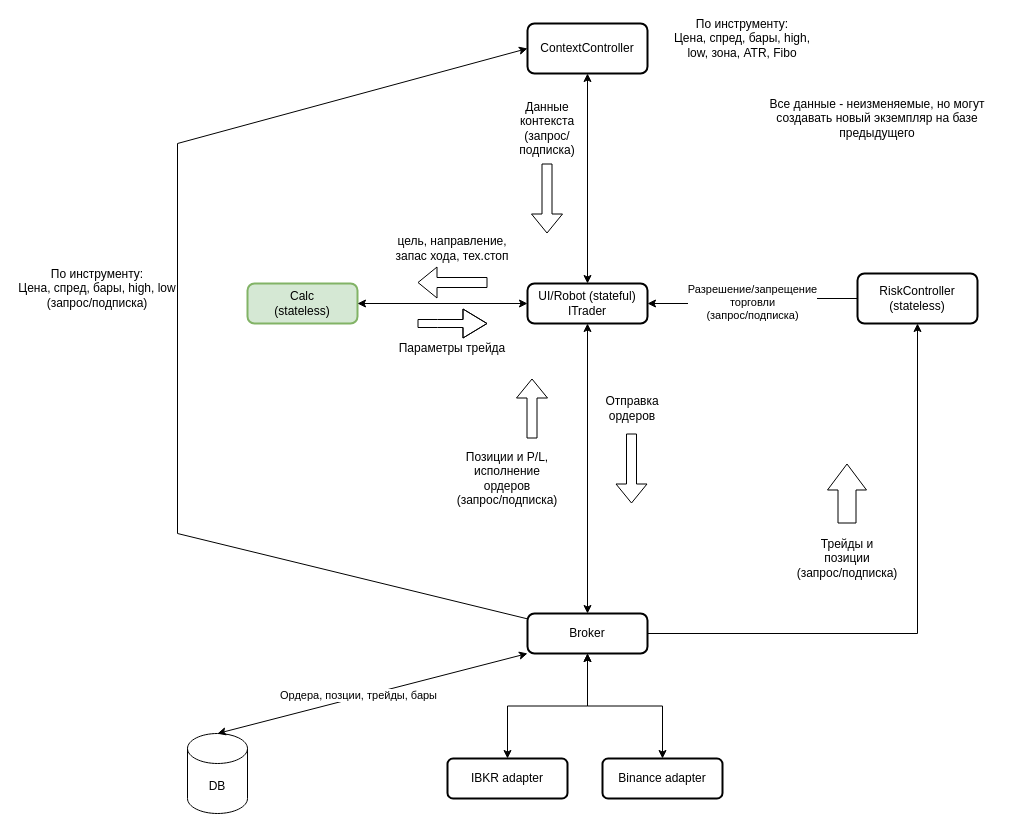
The draw.io diagram architechture.drawio in utamons/trade, before the edit. Source tidied: cells renumbered, new cells numbered last; positions are measured from the earlier drawing's top-left corner, leaving out a move shared by most shapes. Both pictures are drawn from the tidied source at 100%, with x=0, y=0 at pixel (17, 23).
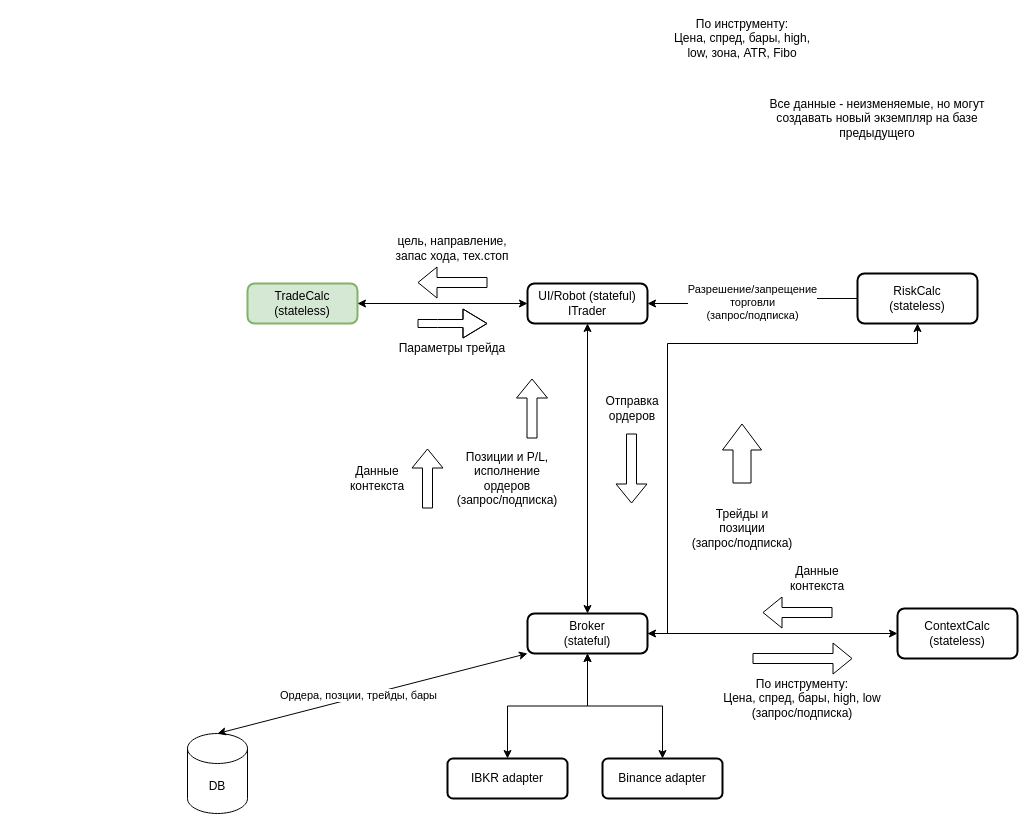
The same page after the edit.

Unchanged cells that the change refers to:
```xml
<mxCell id="5" value="UI/Robot (stateful)&lt;div&gt;ITrader&lt;/div&gt;" style="rounded=1;whiteSpace=wrap;html=1;absoluteArcSize=1;arcSize=14;strokeWidth=2;" parent="1" vertex="1">
  <mxGeometry x="510" y="260" width="120" height="40" as="geometry" />
</mxCell>
```

Diff of the diagram source:
```diff
@@
-    <mxCell id="2" value="ContextController" style="rounded=1;whiteSpace=wrap;html=1;absoluteArcSize=1;arcSize=14;strokeWidth=2;" parent="1" vertex="1">
-      <mxGeometry x="510" width="120" height="50" as="geometry" />
+    <mxCell id="2" value="ContextCalc&lt;div&gt;(stateless)&lt;/div&gt;" style="rounded=1;whiteSpace=wrap;html=1;absoluteArcSize=1;arcSize=14;strokeWidth=2;" parent="1" vertex="1">
+      <mxGeometry x="880" y="585" width="120" height="50" as="geometry" />
     </mxCell>
-    <mxCell id="3" value="&lt;div&gt;&lt;span style=&quot;background-color: initial;&quot;&gt;Calc&lt;/span&gt;&lt;br&gt;&lt;/div&gt;&lt;div&gt;(stateless)&lt;/div&gt;" style="rounded=1;whiteSpace=wrap;html=1;absoluteArcSize=1;arcSize=14;strokeWidth=2;fillColor=#d5e8d4;strokeColor=#82b366;" parent="1" vertex="1">
+    <mxCell id="3" value="&lt;div&gt;&lt;span style=&quot;background-color: initial;&quot;&gt;Trade&lt;/span&gt;&lt;span style=&quot;background-color: initial;&quot;&gt;Calc&lt;/span&gt;&lt;/div&gt;&lt;div&gt;(stateless)&lt;/div&gt;" style="rounded=1;whiteSpace=wrap;html=1;absoluteArcSize=1;arcSize=14;strokeWidth=2;fillColor=#d5e8d4;strokeColor=#82b366;" parent="1" vertex="1">
       <mxGeometry x="230" y="260" width="110" height="40" as="geometry" />
     </mxCell>
-    <mxCell id="4" style="edgeStyle=orthogonalEdgeStyle;rounded=0;jettySize=auto;html=1;startArrow=classic;startFill=1;" parent="1" edge="1" source="5" target="2">
-      <mxGeometry relative="1" as="geometry" />
-    </mxCell>
@@
     <mxCell id="8" style="edgeStyle=orthogonalEdgeStyle;rounded=0;jettySize=auto;html=1;entryX=1;entryY=0.5;entryDx=0;entryDy=0;exitX=0.5;exitY=1;exitDx=0;exitDy=0;startArrow=classic;startFill=1;endArrow=none;endFill=0;" parent="1" edge="1" source="9" target="13">
       <mxGeometry relative="1" as="geometry">
         <Array as="points">
-          <mxPoint x="900" y="610" />
+          <mxPoint x="900" y="320" />
+          <mxPoint x="650" y="320" />
+          <mxPoint x="650" y="610" />
         </Array>
       </mxGeometry>
     </mxCell>
-    <mxCell id="9" value="RiskController&lt;div&gt;(stateless)&lt;/div&gt;" style="rounded=1;whiteSpace=wrap;html=1;absoluteArcSize=1;arcSize=14;strokeWidth=2;" parent="1" vertex="1">
+    <mxCell id="9" value="RiskCalc&lt;div&gt;&lt;div&gt;(stateless)&lt;/div&gt;&lt;/div&gt;" style="rounded=1;whiteSpace=wrap;html=1;absoluteArcSize=1;arcSize=14;strokeWidth=2;" parent="1" vertex="1">
       <mxGeometry x="840" y="250" width="120" height="50" as="geometry" />
     </mxCell>
@@
-    <mxCell id="13" value="Broker" style="rounded=1;whiteSpace=wrap;html=1;absoluteArcSize=1;arcSize=14;strokeWidth=2;" parent="1" vertex="1">
+    <mxCell id="13" value="Broker&lt;div&gt;(stateful)&lt;/div&gt;" style="rounded=1;whiteSpace=wrap;html=1;absoluteArcSize=1;arcSize=14;strokeWidth=2;" parent="1" vertex="1">
       <mxGeometry x="510" y="590" width="120" height="40" as="geometry" />
     </mxCell>
@@
     <mxCell id="22" value="Трейды и&lt;div&gt;позиции&lt;/div&gt;&lt;div&gt;(запрос/подписка)&lt;/div&gt;" style="text;html=1;align=center;verticalAlign=middle;whiteSpace=wrap;rounded=0;" parent="1" vertex="1">
-      <mxGeometry x="770" y="520" width="120" height="30" as="geometry" />
+      <mxGeometry x="665" y="490" width="120" height="30" as="geometry" />
     </mxCell>
     <mxCell id="23" style="shape=flexArrow;endArrow=classic;html=1;rounded=0;width=18;endSize=8.33;" parent="1" edge="1">
       <mxGeometry relative="1" as="geometry">
-        <mxPoint x="829.5" y="500" as="sourcePoint" />
-        <mxPoint x="829.5" y="440" as="targetPoint" />
+        <mxPoint x="724.5" y="460" as="sourcePoint" />
+        <mxPoint x="724.5" y="400" as="targetPoint" />
       </mxGeometry>
     </mxCell>
@@
     <mxCell id="30" value="По инструменту:&lt;div&gt;Цена, спред, бары, high, low&lt;/div&gt;&lt;div&gt;(запрос/подписка)&lt;/div&gt;" style="text;html=1;align=center;verticalAlign=middle;whiteSpace=wrap;rounded=0;" parent="1" vertex="1">
-      <mxGeometry y="250" width="160" height="30" as="geometry" />
+      <mxGeometry x="705" y="660" width="160" height="30" as="geometry" />
     </mxCell>
-    <mxCell id="31" value="Данные контекста&lt;div&gt;(запрос/подписка)&lt;/div&gt;" style="text;html=1;align=center;verticalAlign=middle;whiteSpace=wrap;rounded=0;" parent="1" vertex="1">
-      <mxGeometry x="500" y="90" width="60" height="30" as="geometry" />
+    <mxCell id="31" value="Данные контекста" style="text;html=1;align=center;verticalAlign=middle;whiteSpace=wrap;rounded=0;" parent="1" vertex="1">
+      <mxGeometry x="330" y="440" width="60" height="30" as="geometry" />
     </mxCell>
     <mxCell id="32" style="shape=flexArrow;endArrow=classic;html=1;rounded=0;" parent="1" edge="1">
       <mxGeometry relative="1" as="geometry">
-        <mxPoint x="529.5" y="140" as="sourcePoint" />
-        <mxPoint x="529.5" y="210" as="targetPoint" />
+        <mxPoint x="815" y="589" as="sourcePoint" />
+        <mxPoint x="745" y="589" as="targetPoint" />
       </mxGeometry>
     </mxCell>
-    <mxCell id="33" style="endArrow=none;html=1;rounded=0;exitX=0;exitY=0.5;exitDx=0;exitDy=0;startArrow=classic;startFill=1;endFill=0;" parent="1" edge="1" source="2" target="13">
-      <mxGeometry relative="1" as="geometry">
-        <Array as="points">
-          <mxPoint x="160" y="120" />
-          <mxPoint x="160" y="510" />
-        </Array>
-      </mxGeometry>
-    </mxCell>
@@
+    <mxCell id="36" style="shape=flexArrow;endArrow=classic;html=1;rounded=0;" parent="1" edge="1">
+      <mxGeometry relative="1" as="geometry">
+        <mxPoint x="735" y="635" as="sourcePoint" />
+        <mxPoint x="835" y="635" as="targetPoint" />
+      </mxGeometry>
+    </mxCell>
+    <mxCell id="37" style="endArrow=classic;startArrow=classic;html=1;rounded=0;entryX=0;entryY=0.5;entryDx=0;entryDy=0;exitX=1;exitY=0.5;exitDx=0;exitDy=0;" parent="1" edge="1" source="13" target="2">
+      <mxGeometry relative="1" as="geometry" />
+    </mxCell>
+    <mxCell id="38" value="Данные контекста" style="text;html=1;align=center;verticalAlign=middle;whiteSpace=wrap;rounded=0;" parent="1" vertex="1">
+      <mxGeometry x="770" y="540" width="60" height="30" as="geometry" />
+    </mxCell>
+    <mxCell id="39" style="shape=flexArrow;endArrow=classic;html=1;rounded=0;" parent="1" edge="1">
+      <mxGeometry relative="1" as="geometry">
+        <mxPoint x="410" y="485" as="sourcePoint" />
+        <mxPoint x="410" y="425" as="targetPoint" />
+      </mxGeometry>
+    </mxCell>
```
